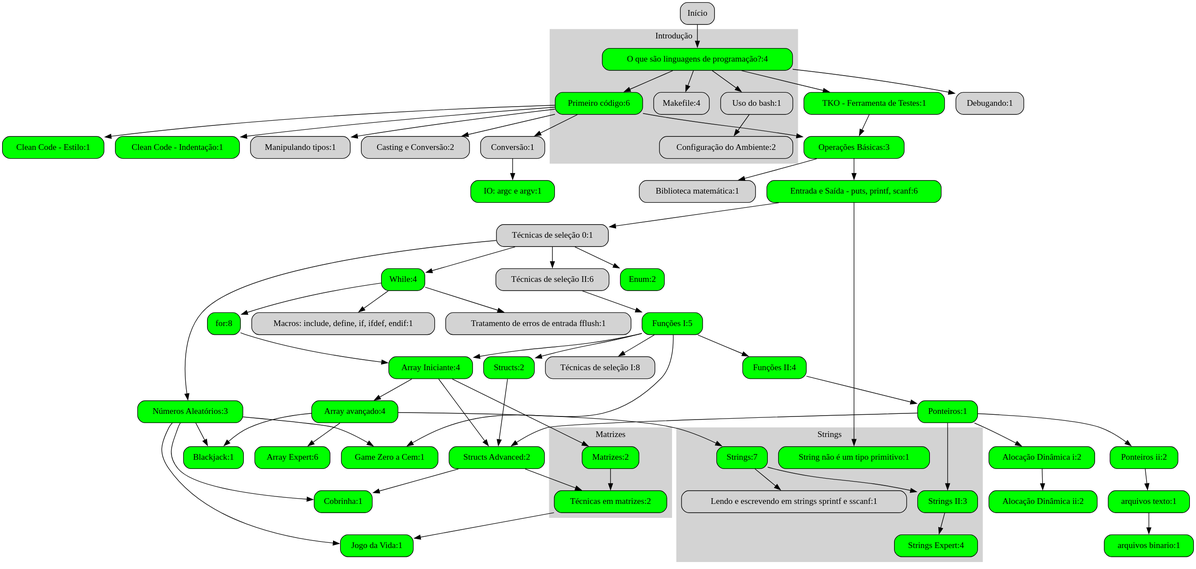
Before: graph.svg, a diagram exported from PlantUML (senapk/c_is_fun). Its source is kept beside it as graph.puml. Source of this version:
```plantuml
@startuml graph
digraph diag {
  node [style="rounded,filled", shape=box]
  "Início" -> "O que são linguagens de programação?:4"
  "O que são linguagens de programação?:4" -> "Uso do bash:1"
  "Uso do bash:1" -> "Configuração do Ambiente:2"
  "O que são linguagens de programação?:4" -> "Makefile:4"
  "O que são linguagens de programação?:4" -> "Primeiro código:6"
  "Entrada e Saída - puts, printf, scanf:6" -> "String não é um tipo primitivo:1"
  "Primeiro código:6" -> "Clean Code - Estilo:1"
  "Primeiro código:6" -> "Clean Code - Indentação:1"
  "Primeiro código:6" -> "Manipulando tipos:1"
  "Primeiro código:6" -> "Casting e Conversão:2"
  "Primeiro código:6" -> "Conversão:1"
  "Primeiro código:6" -> "Operações Básicas:3"
  "TKO - Ferramenta de Testes:1" -> "Operações Básicas:3"
  "Operações Básicas:3" -> "Biblioteca matemática:1"
  "Operações Básicas:3" -> "Entrada e Saída - puts, printf, scanf:6"
  "Strings:7" -> "Lendo e escrevendo em strings sprintf e sscanf:1"
  "While:4" -> "Tratamento de erros de entrada fflush:1"
  "While:4" -> "Macros: include, define, if, ifdef, endif:1"
  "O que são linguagens de programação?:4" -> "TKO - Ferramenta de Testes:1"
  "O que são linguagens de programação?:4" -> "Debugando:1"
  "Entrada e Saída - puts, printf, scanf:6" -> "Técnicas de seleção 0:1"
  "Funções I:5" -> "Técnicas de seleção I:8"
  "Técnicas de seleção 0:1" -> "Técnicas de seleção II:6"
  "Técnicas de seleção II:6" -> "Funções I:5"
  "Funções I:5" -> "Funções II:4"
  "Técnicas de seleção 0:1" -> "While:4"
  "While:4" -> "for:8"
  "Técnicas de seleção 0:1" -> "Números Aleatórios:3"
  "Números Aleatórios:3" -> "Game Zero a Cem:1"
  "Funções I:5" -> "Game Zero a Cem:1"
  "Conversão:1" -> "IO: argc e argv:1"
  "for:8" -> "Array Iniciante:4"
  "Funções I:5" -> "Array Iniciante:4"
  "Array Iniciante:4" -> "Array avançado:4"
  "Números Aleatórios:3" -> "Blackjack:1"
  "Array avançado:4" -> "Blackjack:1"
  "Array avançado:4" -> "Array Expert:6"
  "Array avançado:4" -> "Strings:7"
  "Strings:7" -> "Strings II:3"
  "Ponteiros:1" -> "Strings II:3"
  "Strings II:3" -> "Strings Expert:4"
  "Funções II:4" -> "Ponteiros:1"
  "Funções I:5" -> "Structs:2"
  "Array Iniciante:4" -> "Matrizes:2"
  "Matrizes:2" -> "Técnicas em matrizes:2"
  "Structs Advanced:2" -> "Técnicas em matrizes:2"
  "Números Aleatórios:3" -> "Jogo da Vida:1"
  "Técnicas em matrizes:2" -> "Jogo da Vida:1"
  "Números Aleatórios:3" -> "Cobrinha:1"
  "Structs Advanced:2" -> "Cobrinha:1"
  "Técnicas de seleção 0:1" -> "Enum:2"
  "Ponteiros:1" -> "Ponteiros ii:2"
  "Ponteiros:1" -> "Alocação Dinâmica i:2"
  "Alocação Dinâmica i:2" -> "Alocação Dinâmica ii:2"
  "Ponteiros ii:2" -> "arquivos texto:1"
  "arquivos texto:1" -> "arquivos binario:1"
  "Ponteiros:1" -> "Structs Advanced:2"
  "Array Iniciante:4" -> "Structs Advanced:2"
  "Structs:2" -> "Structs Advanced:2"
  "O que são linguagens de programação?:4" [fillcolor=lime]
  "Primeiro código:6" [fillcolor=lime]
  "String não é um tipo primitivo:1" [fillcolor=lime]
  "Clean Code - Estilo:1" [fillcolor=lime]
  "Clean Code - Indentação:1" [fillcolor=lime]
  "Operações Básicas:3" [fillcolor=lime]
  "Entrada e Saída - puts, printf, scanf:6" [fillcolor=lime]
  "TKO - Ferramenta de Testes:1" [fillcolor=lime]
  "Funções I:5" [fillcolor=lime]
  "Funções II:4" [fillcolor=lime]
  "While:4" [fillcolor=lime]
  "for:8" [fillcolor=lime]
  "Números Aleatórios:3" [fillcolor=lime]
  "Game Zero a Cem:1" [fillcolor=lime]
  "IO: argc e argv:1" [fillcolor=lime]
  "Array Iniciante:4" [fillcolor=lime]
  "Array avançado:4" [fillcolor=lime]
  "Blackjack:1" [fillcolor=lime]
  "Array Expert:6" [fillcolor=lime]
  "Strings:7" [fillcolor=lime]
  "Strings II:3" [fillcolor=lime]
  "Strings Expert:4" [fillcolor=lime]
  "Ponteiros:1" [fillcolor=lime]
  "Structs:2" [fillcolor=lime]
  "Matrizes:2" [fillcolor=lime]
  "Técnicas em matrizes:2" [fillcolor=lime]
  "Jogo da Vida:1" [fillcolor=lime]
  "Cobrinha:1" [fillcolor=lime]
  "Enum:2" [fillcolor=lime]
  "Ponteiros ii:2" [fillcolor=lime]
  "Alocação Dinâmica i:2" [fillcolor=lime]
  "Alocação Dinâmica ii:2" [fillcolor=lime]
  "arquivos texto:1" [fillcolor=lime]
  "arquivos binario:1" [fillcolor=lime]
  "Structs Advanced:2" [fillcolor=lime]
  subgraph cluster_Introdução {
    label="Introdução"
    style=filled
    color=lightgrey
    "O que são linguagens de programação?:4"
    "Uso do bash:1"
    "Configuração do Ambiente:2"
    "Makefile:4"
    "Primeiro código:6"
  }
  subgraph cluster_Strings {
    label="Strings"
    style=filled
    color=lightgrey
    "String não é um tipo primitivo:1"
    "Lendo e escrevendo em strings sprintf e sscanf:1"
    "Strings:7"
    "Strings II:3"
    "Strings Expert:4"
  }
  subgraph cluster_Matrizes {
    label="Matrizes"
    style=filled
    color=lightgrey
    "Matrizes:2"
    "Técnicas em matrizes:2"
  }
}
@enduml
```
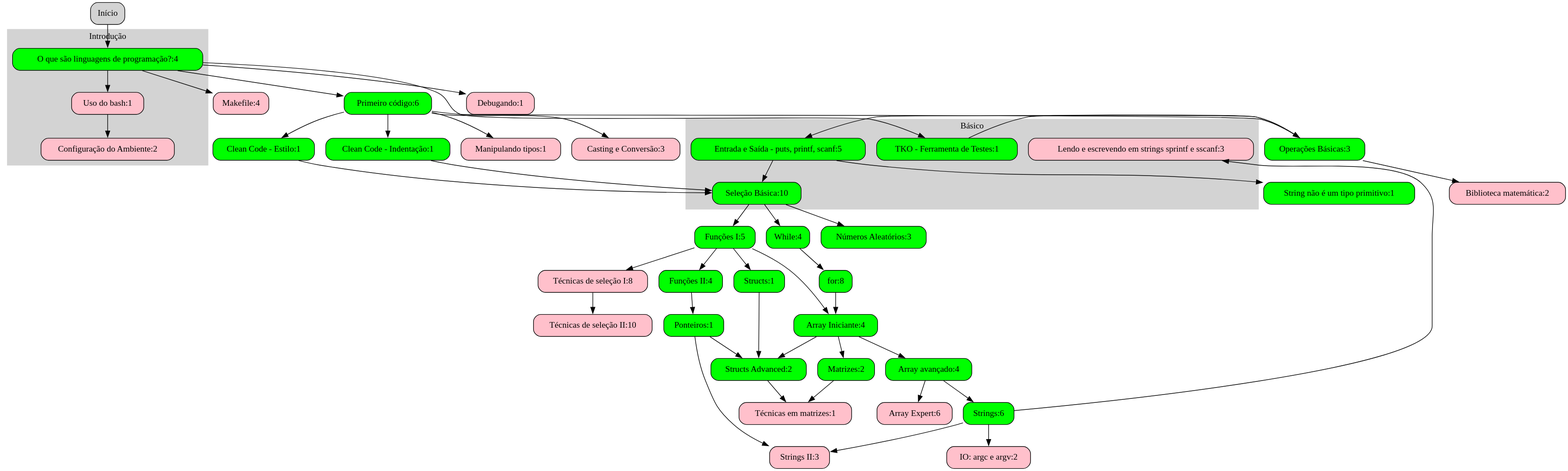
The same diagram one commit later.

Change to the diagram source:
```diff
@@ -6,121 +6,95 @@
   "Uso do bash:1" -> "Configuração do Ambiente:2"
   "O que são linguagens de programação?:4" -> "Makefile:4"
   "O que são linguagens de programação?:4" -> "Primeiro código:6"
-  "Entrada e Saída - puts, printf, scanf:6" -> "String não é um tipo primitivo:1"
+  "Entrada e Saída - puts, printf, scanf:5" -> "String não é um tipo primitivo:1"
   "Primeiro código:6" -> "Clean Code - Estilo:1"
   "Primeiro código:6" -> "Clean Code - Indentação:1"
   "Primeiro código:6" -> "Manipulando tipos:1"
-  "Primeiro código:6" -> "Casting e Conversão:2"
-  "Primeiro código:6" -> "Conversão:1"
+  "Primeiro código:6" -> "Casting e Conversão:3"
   "Primeiro código:6" -> "Operações Básicas:3"
   "TKO - Ferramenta de Testes:1" -> "Operações Básicas:3"
-  "Operações Básicas:3" -> "Biblioteca matemática:1"
-  "Operações Básicas:3" -> "Entrada e Saída - puts, printf, scanf:6"
-  "Strings:7" -> "Lendo e escrevendo em strings sprintf e sscanf:1"
-  "While:4" -> "Tratamento de erros de entrada fflush:1"
-  "While:4" -> "Macros: include, define, if, ifdef, endif:1"
+  "Operações Básicas:3" -> "Biblioteca matemática:2"
+  "Operações Básicas:3" -> "Entrada e Saída - puts, printf, scanf:5"
+  "Strings:6" -> "Lendo e escrevendo em strings sprintf e sscanf:3"
   "O que são linguagens de programação?:4" -> "TKO - Ferramenta de Testes:1"
+  "Entrada e Saída - puts, printf, scanf:5" -> "Seleção Básica:10"
+  "Clean Code - Estilo:1" -> "Seleção Básica:10"
+  "Clean Code - Indentação:1" -> "Seleção Básica:10"
   "O que são linguagens de programação?:4" -> "Debugando:1"
-  "Entrada e Saída - puts, printf, scanf:6" -> "Técnicas de seleção 0:1"
   "Funções I:5" -> "Técnicas de seleção I:8"
-  "Técnicas de seleção 0:1" -> "Técnicas de seleção II:6"
-  "Técnicas de seleção II:6" -> "Funções I:5"
+  "Técnicas de seleção I:8" -> "Técnicas de seleção II:10"
+  "Seleção Básica:10" -> "Funções I:5"
   "Funções I:5" -> "Funções II:4"
-  "Técnicas de seleção 0:1" -> "While:4"
+  "Seleção Básica:10" -> "While:4"
   "While:4" -> "for:8"
-  "Técnicas de seleção 0:1" -> "Números Aleatórios:3"
-  "Números Aleatórios:3" -> "Game Zero a Cem:1"
-  "Funções I:5" -> "Game Zero a Cem:1"
-  "Conversão:1" -> "IO: argc e argv:1"
+  "Seleção Básica:10" -> "Números Aleatórios:3"
+  "Strings:6" -> "IO: argc e argv:2"
   "for:8" -> "Array Iniciante:4"
   "Funções I:5" -> "Array Iniciante:4"
   "Array Iniciante:4" -> "Array avançado:4"
-  "Números Aleatórios:3" -> "Blackjack:1"
-  "Array avançado:4" -> "Blackjack:1"
   "Array avançado:4" -> "Array Expert:6"
-  "Array avançado:4" -> "Strings:7"
-  "Strings:7" -> "Strings II:3"
+  "Array avançado:4" -> "Strings:6"
+  "Strings:6" -> "Strings II:3"
   "Ponteiros:1" -> "Strings II:3"
-  "Strings II:3" -> "Strings Expert:4"
   "Funções II:4" -> "Ponteiros:1"
-  "Funções I:5" -> "Structs:2"
+  "Funções I:5" -> "Structs:1"
   "Array Iniciante:4" -> "Matrizes:2"
-  "Matrizes:2" -> "Técnicas em matrizes:2"
-  "Structs Advanced:2" -> "Técnicas em matrizes:2"
-  "Números Aleatórios:3" -> "Jogo da Vida:1"
-  "Técnicas em matrizes:2" -> "Jogo da Vida:1"
-  "Números Aleatórios:3" -> "Cobrinha:1"
-  "Structs Advanced:2" -> "Cobrinha:1"
-  "Técnicas de seleção 0:1" -> "Enum:2"
-  "Ponteiros:1" -> "Ponteiros ii:2"
-  "Ponteiros:1" -> "Alocação Dinâmica i:2"
-  "Alocação Dinâmica i:2" -> "Alocação Dinâmica ii:2"
-  "Ponteiros ii:2" -> "arquivos texto:1"
-  "arquivos texto:1" -> "arquivos binario:1"
+  "Matrizes:2" -> "Técnicas em matrizes:1"
+  "Structs Advanced:2" -> "Técnicas em matrizes:1"
   "Ponteiros:1" -> "Structs Advanced:2"
   "Array Iniciante:4" -> "Structs Advanced:2"
-  "Structs:2" -> "Structs Advanced:2"
+  "Structs:1" -> "Structs Advanced:2"
   "O que são linguagens de programação?:4" [fillcolor=lime]
+  "Uso do bash:1" [fillcolor=pink]
+  "Configuração do Ambiente:2" [fillcolor=pink]
+  "Makefile:4" [fillcolor=pink]
   "Primeiro código:6" [fillcolor=lime]
   "String não é um tipo primitivo:1" [fillcolor=lime]
   "Clean Code - Estilo:1" [fillcolor=lime]
   "Clean Code - Indentação:1" [fillcolor=lime]
+  "Manipulando tipos:1" [fillcolor=pink]
+  "Casting e Conversão:3" [fillcolor=pink]
   "Operações Básicas:3" [fillcolor=lime]
-  "Entrada e Saída - puts, printf, scanf:6" [fillcolor=lime]
+  "Biblioteca matemática:2" [fillcolor=pink]
+  "Entrada e Saída - puts, printf, scanf:5" [fillcolor=lime]
+  "Lendo e escrevendo em strings sprintf e sscanf:3" [fillcolor=pink]
   "TKO - Ferramenta de Testes:1" [fillcolor=lime]
+  "Seleção Básica:10" [fillcolor=lime]
+  "Debugando:1" [fillcolor=pink]
+  "Técnicas de seleção I:8" [fillcolor=pink]
+  "Técnicas de seleção II:10" [fillcolor=pink]
   "Funções I:5" [fillcolor=lime]
   "Funções II:4" [fillcolor=lime]
   "While:4" [fillcolor=lime]
   "for:8" [fillcolor=lime]
   "Números Aleatórios:3" [fillcolor=lime]
-  "Game Zero a Cem:1" [fillcolor=lime]
-  "IO: argc e argv:1" [fillcolor=lime]
+  "IO: argc e argv:2" [fillcolor=pink]
   "Array Iniciante:4" [fillcolor=lime]
   "Array avançado:4" [fillcolor=lime]
-  "Blackjack:1" [fillcolor=lime]
-  "Array Expert:6" [fillcolor=lime]
-  "Strings:7" [fillcolor=lime]
-  "Strings II:3" [fillcolor=lime]
-  "Strings Expert:4" [fillcolor=lime]
+  "Array Expert:6" [fillcolor=pink]
+  "Strings:6" [fillcolor=lime]
+  "Strings II:3" [fillcolor=pink]
   "Ponteiros:1" [fillcolor=lime]
-  "Structs:2" [fillcolor=lime]
+  "Structs:1" [fillcolor=lime]
   "Matrizes:2" [fillcolor=lime]
-  "Técnicas em matrizes:2" [fillcolor=lime]
-  "Jogo da Vida:1" [fillcolor=lime]
-  "Cobrinha:1" [fillcolor=lime]
-  "Enum:2" [fillcolor=lime]
-  "Ponteiros ii:2" [fillcolor=lime]
-  "Alocação Dinâmica i:2" [fillcolor=lime]
-  "Alocação Dinâmica ii:2" [fillcolor=lime]
-  "arquivos texto:1" [fillcolor=lime]
-  "arquivos binario:1" [fillcolor=lime]
+  "Técnicas em matrizes:1" [fillcolor=pink]
   "Structs Advanced:2" [fillcolor=lime]
   subgraph cluster_Introdução {
     label="Introdução"
     style=filled
-    color=lightgrey
+    color=lightgray
     "O que são linguagens de programação?:4"
     "Uso do bash:1"
     "Configuração do Ambiente:2"
-    "Makefile:4"
-    "Primeiro código:6"
   }
-  subgraph cluster_Strings {
-    label="Strings"
+  subgraph cluster_Básico {
+    label="Básico"
     style=filled
-    color=lightgrey
-    "String não é um tipo primitivo:1"
-    "Lendo e escrevendo em strings sprintf e sscanf:1"
-    "Strings:7"
-    "Strings II:3"
-    "Strings Expert:4"
-  }
-  subgraph cluster_Matrizes {
-    label="Matrizes"
-    style=filled
-    color=lightgrey
-    "Matrizes:2"
-    "Técnicas em matrizes:2"
+    color=lightgray
+    "Entrada e Saída - puts, printf, scanf:5"
+    "Lendo e escrevendo em strings sprintf e sscanf:3"
+    "TKO - Ferramenta de Testes:1"
+    "Seleção Básica:10"
   }
 }
 @enduml
```
